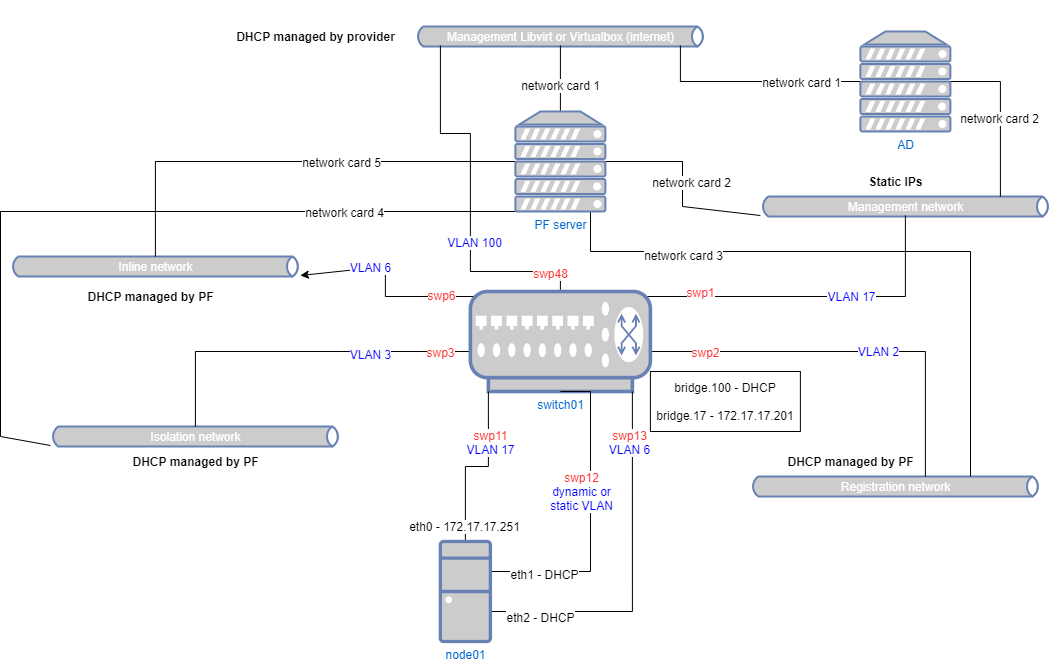
The draw.io diagram docs/images/integration_tests/wired_topology.png in inverse-inc/packetfence, before a commit. Source tidied: cells renumbered, new cells last; positions are measured from the earlier drawing's top-left corner, leaving out a move shared by most shapes.
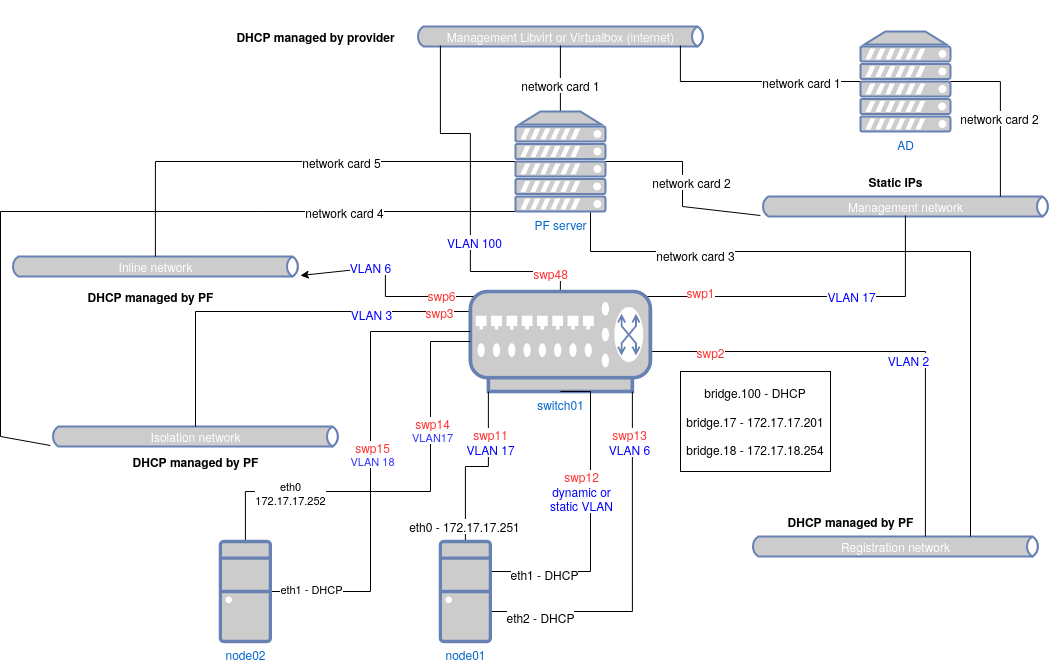
The same diagram one commit later.

Commit message:
[docs] update Vagrant architecture

Diff of the diagram source:
```diff
@@ -9,7 +9,7 @@
       <mxGeometry x="759.9" y="170" width="290" height="70" as="geometry" />
     </mxCell>
     <mxCell id="4" value="Registration network" style="html=1;outlineConnect=0;fillColor=#CCCCCC;strokeColor=#6881B3;gradientColor=none;gradientDirection=north;strokeWidth=2;shape=mxgraph.networks.bus;gradientColor=none;gradientDirection=north;fontColor=#ffffff;perimeter=backbonePerimeter;backboneSize=20;" parent="1" vertex="1">
-      <mxGeometry x="749.9" y="450" width="290" height="70" as="geometry" />
+      <mxGeometry x="749.9" y="510" width="290" height="70" as="geometry" />
     </mxCell>
     <mxCell id="5" value="Isolation network" style="html=1;outlineConnect=0;fillColor=#CCCCCC;strokeColor=#6881B3;gradientColor=none;gradientDirection=north;strokeWidth=2;shape=mxgraph.networks.bus;gradientColor=none;gradientDirection=north;fontColor=#ffffff;perimeter=backbonePerimeter;backboneSize=20;" parent="1" vertex="1">
       <mxGeometry x="49.9" y="400" width="290" height="70" as="geometry" />
@@ -148,8 +148,9 @@
     <mxCell id="32" style="edgeStyle=orthogonalEdgeStyle;rounded=0;jettySize=auto;html=1;exitX=0;exitY=0.5;exitDx=0;exitDy=0;exitPerimeter=0;endArrow=none;endFill=0;" parent="1" edge="1" source="38" target="5">
       <mxGeometry relative="1" as="geometry">
         <Array as="points">
-          <mxPoint x="529.9" y="350" />
-          <mxPoint x="194.9" y="350" />
+          <mxPoint x="530" y="340" />
+          <mxPoint x="530" y="310" />
+          <mxPoint x="195" y="310" />
         </Array>
       </mxGeometry>
     </mxCell>
@@ -236,7 +237,7 @@
       <mxGeometry x="439.9" y="540" width="50" height="100" as="geometry" />
     </mxCell>
     <mxCell id="49" value="&lt;b&gt;DHCP managed by PF&lt;/b&gt;" style="text;html=1;align=center;verticalAlign=middle;" parent="1" vertex="1">
-      <mxGeometry x="780" y="450" width="140" height="20" as="geometry" />
+      <mxGeometry x="780" y="510" width="140" height="20" as="geometry" />
     </mxCell>
     <mxCell id="50" value="&lt;b&gt;DHCP managed by PF&lt;/b&gt;" style="text;html=1;align=center;verticalAlign=middle;" parent="1" vertex="1">
       <mxGeometry x="124.9" y="450" width="140" height="20" as="geometry" />
@@ -250,8 +251,48 @@
     <mxCell id="53" value="&lt;b&gt;DHCP managed by provider&lt;/b&gt;" style="text;html=1;align=center;verticalAlign=middle;" parent="1" vertex="1">
       <mxGeometry x="230" y="25" width="170" height="20" as="geometry" />
     </mxCell>
-    <mxCell id="54" value="bridge.100 - DHCP&lt;br&gt;&lt;br&gt;bridge.17 - 172.17.17.201" style="text;html=1;strokeColor=#000000;fillColor=none;align=center;verticalAlign=middle;whiteSpace=wrap;rounded=0;gradientColor=none;" parent="1" vertex="1">
-      <mxGeometry x="649.9" y="370" width="150" height="60" as="geometry" />
+    <mxCell id="54" value="&lt;div&gt;bridge.100 - DHCP&lt;/div&gt;&lt;br&gt;&lt;div&gt;bridge.17 - 172.17.17.201&lt;/div&gt;&lt;div&gt;&lt;br&gt;&lt;/div&gt;&lt;div&gt;bridge.18 - 172.17.18.254&lt;br&gt;&lt;/div&gt;" style="text;html=1;strokeColor=#000000;fillColor=none;align=center;verticalAlign=middle;whiteSpace=wrap;rounded=0;gradientColor=none;" parent="1" vertex="1">
+      <mxGeometry x="680" y="370" width="150" height="100" as="geometry" />
     </mxCell>
+    <mxCell id="55" style="edgeStyle=orthogonalEdgeStyle;rounded=0;jettySize=auto;html=1;endArrow=none;endFill=0;" parent="1" edge="1" source="61" target="38">
+      <mxGeometry relative="1" as="geometry">
+        <Array as="points">
+          <mxPoint x="370" y="590" />
+          <mxPoint x="370" y="330" />
+        </Array>
+      </mxGeometry>
+    </mxCell>
+    <mxCell id="56" value="&lt;div style=&quot;font-size: 12px&quot;&gt;&lt;font color=&quot;#FF3333&quot;&gt;swp15&lt;/font&gt;&lt;/div&gt;&lt;div&gt;&lt;font color=&quot;#3333FF&quot;&gt;VLAN 18&lt;/font&gt;&lt;br&gt;&lt;/div&gt;" style="edgeLabel;html=1;align=center;verticalAlign=middle;" parent="55" vertex="1">
+      <mxGeometry x="0.05" y="-1" relative="1" as="geometry">
+        <mxPoint y="5.8" as="offset" />
+      </mxGeometry>
+    </mxCell>
+    <mxCell id="57" value="&lt;div&gt;eth1 - DHCP&lt;/div&gt;" style="edgeLabel;html=1;align=center;verticalAlign=middle;" parent="55" vertex="1">
+      <mxGeometry x="-0.89" y="3" relative="1" as="geometry">
+        <mxPoint x="15.1" as="offset" />
+      </mxGeometry>
+    </mxCell>
+    <mxCell id="58" style="edgeStyle=orthogonalEdgeStyle;rounded=0;jettySize=auto;html=1;endArrow=none;endFill=0;" parent="1" edge="1" source="61" target="38">
+      <mxGeometry relative="1" as="geometry">
+        <Array as="points">
+          <mxPoint x="245" y="490" />
+          <mxPoint x="430" y="490" />
+          <mxPoint x="430" y="340" />
+        </Array>
+      </mxGeometry>
+    </mxCell>
+    <mxCell id="59" value="&lt;div style=&quot;font-size: 12px&quot;&gt;&lt;font color=&quot;#FF3333&quot;&gt;swp14&lt;/font&gt;&lt;/div&gt;&lt;div&gt;&lt;font color=&quot;#3333FF&quot;&gt;VLAN17&lt;/font&gt;&lt;br&gt;&lt;/div&gt;" style="edgeLabel;html=1;align=center;verticalAlign=middle;" parent="58" vertex="1">
+      <mxGeometry x="0.41" y="-1" relative="1" as="geometry">
+        <mxPoint y="3.3" as="offset" />
+      </mxGeometry>
+    </mxCell>
+    <mxCell id="60" value="&lt;div&gt;eth0&lt;/div&gt;&lt;div&gt;172.17.17.252&lt;br&gt;&lt;/div&gt;" style="edgeLabel;html=1;align=center;verticalAlign=middle;" parent="58" vertex="1">
+      <mxGeometry x="-0.7" y="-1" relative="1" as="geometry">
+        <mxPoint x="30.9" as="offset" />
+      </mxGeometry>
+    </mxCell>
+    <mxCell id="61" value="node02" style="fontColor=#0066CC;verticalAlign=top;verticalLabelPosition=bottom;labelPosition=center;align=center;html=1;outlineConnect=0;fillColor=#CCCCCC;strokeColor=#6881B3;gradientColor=none;gradientDirection=north;strokeWidth=2;shape=mxgraph.networks.desktop_pc;" parent="1" vertex="1">
+      <mxGeometry x="219.9" y="540" width="50" height="100" as="geometry" />
+    </mxCell>
   </root>
 </mxGraphModel>
```
